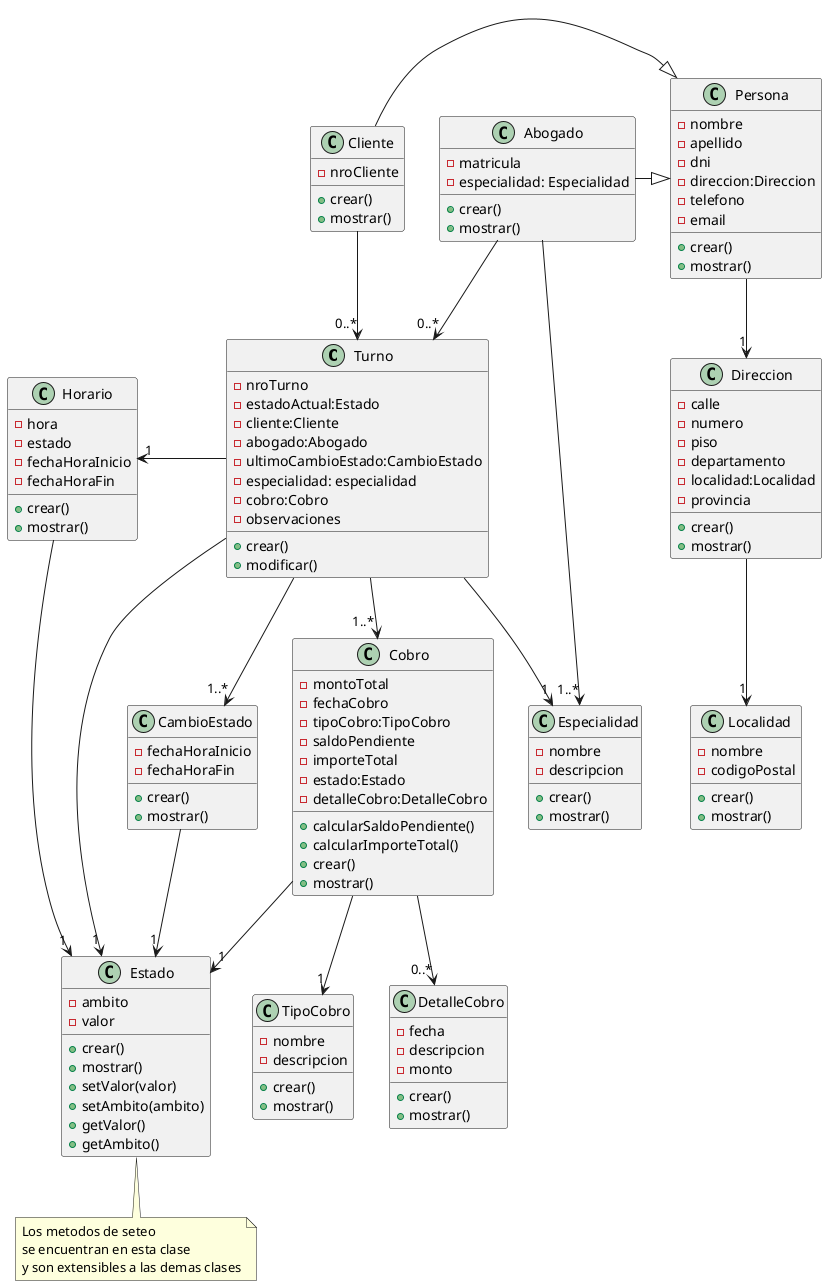
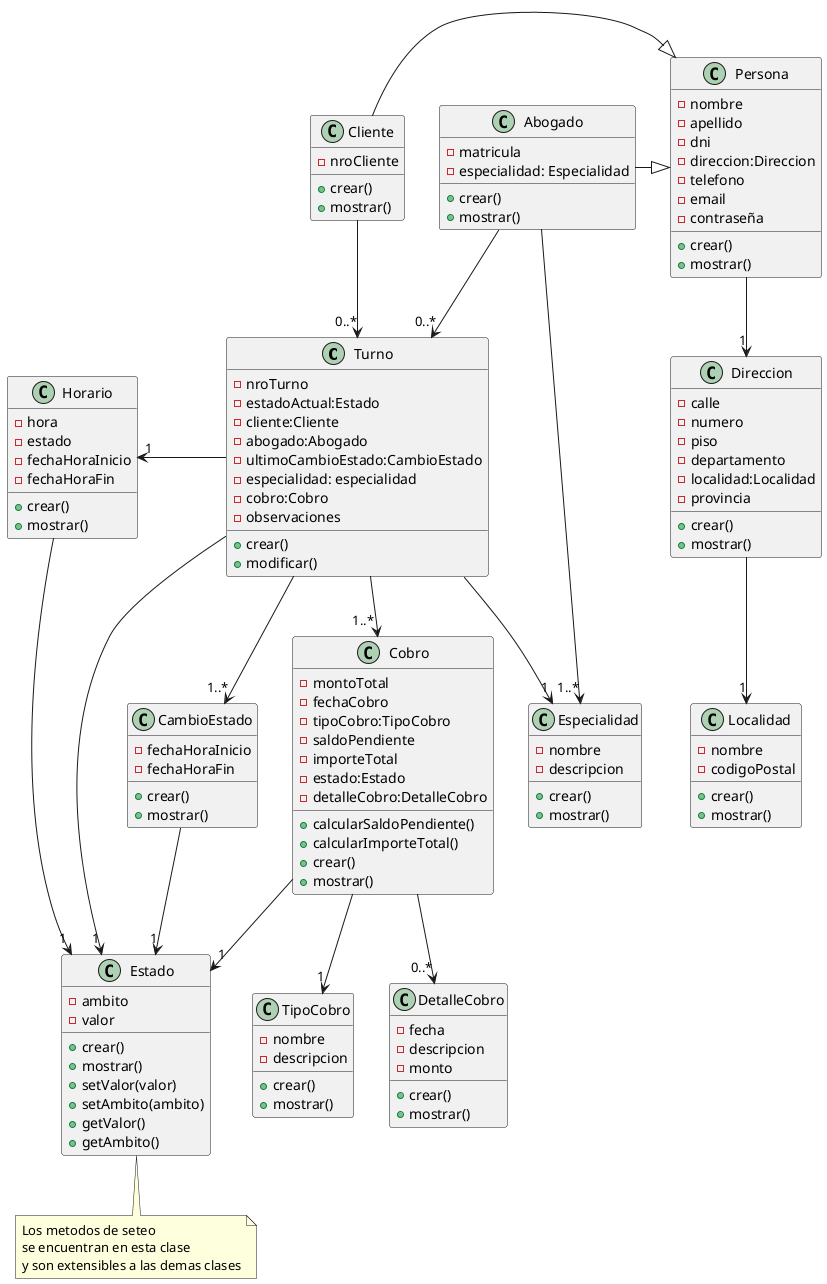
@startuml Diagrama de Clases
class Turno {
    - nroTurno
    - estadoActual:Estado
    - cliente:Cliente
    - abogado:Abogado
    - ultimoCambioEstado:CambioEstado
    - especialidad: especialidad
    - cobro:Cobro
    - observaciones
    + crear()
    + modificar()
}
Turno --> "1..* "Cobro
Turno -> "1" Estado
Turno -->"1..*" CambioEstado
Turno --> "1" Especialidad
Turno -left-> "1"Horario


class Especialidad {
    - nombre
    - descripcion
    + crear()
    + mostrar()
}

class Persona{
    - nombre
    - apellido
    - dni
    - direccion:Direccion
    - telefono
    - email
+     - contraseña
    + crear()
    + mostrar()
}

Persona -->"1" Direccion

class Cliente {
    - nroCliente
    + crear()
    + mostrar()
}

Cliente -|> Persona
Cliente -->"0..*" Turno


class Abogado {
    - matricula
    - especialidad: Especialidad
    + crear()
    + mostrar()
}

Abogado -->"1..*" Especialidad
Abogado -|> Persona
Abogado -->"0..*" Turno

class CambioEstado{
    - fechaHoraInicio
    - fechaHoraFin
    + crear()
    + mostrar()
}

CambioEstado -->"1" Estado

class Cobro {
    - montoTotal
    - fechaCobro
    - tipoCobro:TipoCobro
    - saldoPendiente
    - importeTotal
    - estado:Estado
    - detalleCobro:DetalleCobro
    + calcularSaldoPendiente()
    + calcularImporteTotal()
    + crear()
    + mostrar()

}

Cobro -->"1" TipoCobro
Cobro -->"0..*" DetalleCobro
Cobro -->"1" Estado

class DetalleCobro {
    - fecha
    - descripcion
    - monto
    + crear()
    + mostrar()
}

class TipoCobro {
    - nombre
    - descripcion
    + crear()
    + mostrar()
}

class Estado{
    - ambito
    - valor
    + crear()
    + mostrar()
    + setValor(valor)
    + setAmbito(ambito)
    + getValor()
    + getAmbito()
}

note bottom of Estado : Los metodos de seteo \nse encuentran en esta clase \ny son extensibles a las demas clases

class Direccion{
    - calle
    - numero
    - piso
    - departamento
    - localidad:Localidad
    - provincia
    + crear()
    + mostrar()
}

Direccion -->"1" Localidad

class Localidad{
    - nombre
    - codigoPostal
    + crear()
    + mostrar()
}

class Horario {
    - hora
    - estado
    - fechaHoraInicio
    - fechaHoraFin
    + crear()
    + mostrar()
}

Horario --> "1"Estado
@enduml